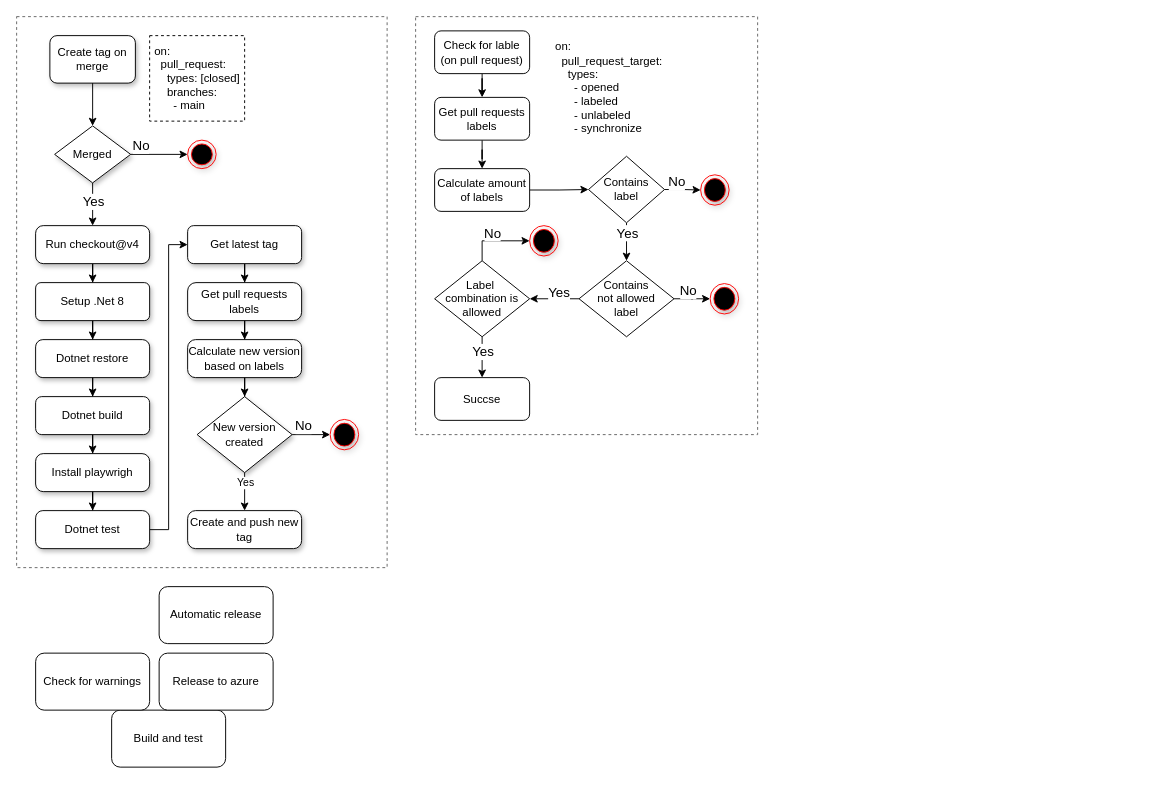
Above: docs/models/Github workflows.drawio in ITU-BDSA2024-GROUP10/Chirp (draw.io), before the change. Source tidied: cells renumbered, new cells numbered last; positions are measured from the earlier drawing's top-left corner, leaving out a move shared by most shapes. Both pictures are drawn from the tidied source at 95%, with x=0, y=0 at pixel (16, 16).
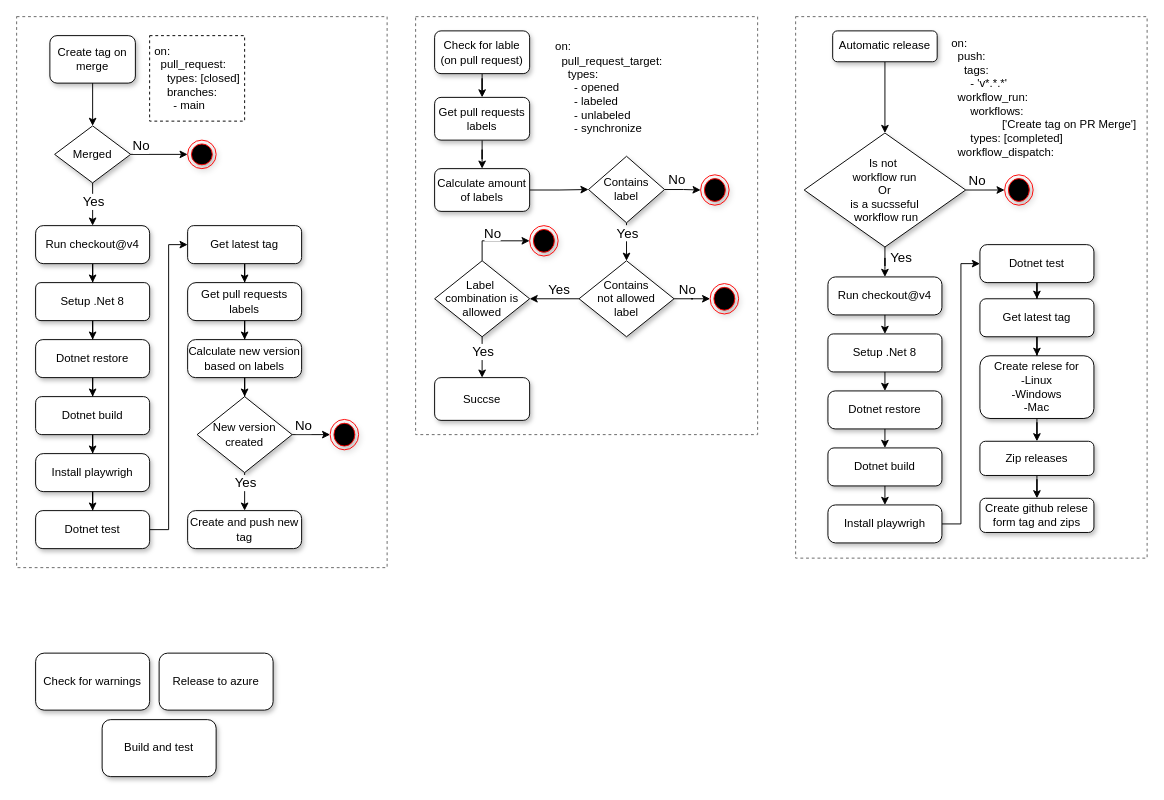
The same diagram, later.

Commit message:
Created diagram for "autmoatic release"

The change refers to these unchanged cells:
```xml
<mxCell id="38" style="edgeStyle=orthogonalEdgeStyle;rounded=0;jettySize=auto;html=1;" parent="1" edge="1" source="40" target="41">
  <mxGeometry relative="1" as="geometry" />
</mxCell>
<mxCell id="47" style="edgeStyle=orthogonalEdgeStyle;rounded=0;jettySize=auto;html=1;entryX=0;entryY=0.5;entryDx=0;entryDy=0;" parent="1" edge="1" source="51" target="66">
  <mxGeometry relative="1" as="geometry" />
</mxCell>
<mxCell id="52" style="edgeStyle=orthogonalEdgeStyle;rounded=0;jettySize=auto;html=1;entryX=0;entryY=0.5;entryDx=0;entryDy=0;" parent="1" edge="1" source="56" target="65">
  <mxGeometry relative="1" as="geometry" />
</mxCell>
<mxCell id="54" style="edgeStyle=orthogonalEdgeStyle;rounded=0;jettySize=auto;html=1;" parent="1" edge="1" source="56" target="61">
  <mxGeometry relative="1" as="geometry" />
</mxCell>
```

Diff of the diagram source:
```diff
@@
+    <mxCell id="68" style="rounded=0;whiteSpace=wrap;html=1;fillColor=none;dashed=1;strokeWidth=1;fontColor=#333333;strokeColor=#666666;" parent="1" vertex="1">
+      <mxGeometry x="820" width="370" height="570" as="geometry" />
+    </mxCell>
+    <mxCell id="67" style="rounded=0;whiteSpace=wrap;html=1;fillColor=none;dashed=1;strokeWidth=1;fontColor=#333333;strokeColor=#666666;" parent="1" vertex="1">
+      <mxGeometry x="420" width="360" height="440" as="geometry" />
+    </mxCell>
@@
+    <mxCell id="69" style="edgeStyle=orthogonalEdgeStyle;rounded=0;jettySize=auto;html=1;" parent="1" edge="1" source="5" target="75">
+      <mxGeometry relative="1" as="geometry" />
+    </mxCell>
-    <mxCell id="5" value="Automatic release" style="rounded=1;whiteSpace=wrap;html=1;" parent="1" vertex="1">
-      <mxGeometry x="150" y="600" width="120" height="60" as="geometry" />
+    <mxCell id="5" value="Automatic release" style="rounded=1;whiteSpace=wrap;html=1;shadow=1;" parent="1" vertex="1">
+      <mxGeometry x="859" y="15" width="110" height="32.5" as="geometry" />
     </mxCell>
@@
-    <mxCell id="7" value="Check for lable&lt;br&gt;(on pull request)" style="rounded=1;whiteSpace=wrap;html=1;" parent="1" vertex="1">
+    <mxCell id="7" value="Check for lable&lt;br&gt;(on pull request)" style="rounded=1;whiteSpace=wrap;html=1;shadow=1;" parent="1" vertex="1">
       <mxGeometry x="440" y="15" width="100" height="45" as="geometry" />
     </mxCell>
-    <mxCell id="8" value="B&lt;span style=&quot;background-color: initial;&quot;&gt;uild and test&lt;/span&gt;" style="rounded=1;whiteSpace=wrap;html=1;" parent="1" vertex="1">
-      <mxGeometry x="100" y="730" width="120" height="60" as="geometry" />
+    <mxCell id="8" value="B&lt;span style=&quot;background-color: initial;&quot;&gt;uild and test&lt;/span&gt;" style="rounded=1;whiteSpace=wrap;html=1;shadow=1;" parent="1" vertex="1">
+      <mxGeometry x="90" y="740" width="120" height="60" as="geometry" />
     </mxCell>
-    <mxCell id="9" value="Check for warnings" style="rounded=1;whiteSpace=wrap;html=1;" parent="1" vertex="1">
+    <mxCell id="9" value="Check for warnings" style="rounded=1;whiteSpace=wrap;html=1;shadow=1;" parent="1" vertex="1">
       <mxGeometry x="20" y="670" width="120" height="60" as="geometry" />
     </mxCell>
-    <mxCell id="10" value="Release to azure" style="rounded=1;whiteSpace=wrap;html=1;" parent="1" vertex="1">
+    <mxCell id="10" value="Release to azure" style="rounded=1;whiteSpace=wrap;html=1;shadow=1;" parent="1" vertex="1">
       <mxGeometry x="150" y="670" width="120" height="60" as="geometry" />
     </mxCell>
@@
-    <mxCell id="39" value="Yes" style="edgeLabel;html=1;align=center;verticalAlign=middle;" parent="38" vertex="1">
+    <mxCell id="39" value="&lt;font style=&quot;font-size: 14px;&quot;&gt;Yes&lt;/font&gt;" style="edgeLabel;html=1;align=center;verticalAlign=middle;" parent="38" vertex="1">
       <mxGeometry x="-0.51" y="3" relative="1" as="geometry">
         <mxPoint x="-3" as="offset" />
       </mxGeometry>
     </mxCell>
@@
-    <mxCell id="44" value="Get pull requests labels" style="rounded=1;whiteSpace=wrap;html=1;" parent="1" vertex="1">
+    <mxCell id="44" value="Get pull requests labels" style="rounded=1;whiteSpace=wrap;html=1;shadow=1;" parent="1" vertex="1">
       <mxGeometry x="440" y="85" width="100" height="45" as="geometry" />
     </mxCell>
@@
-    <mxCell id="46" value="Calculate amount of labels" style="rounded=1;whiteSpace=wrap;html=1;" parent="1" vertex="1">
+    <mxCell id="46" value="Calculate amount of labels" style="rounded=1;whiteSpace=wrap;html=1;shadow=1;" parent="1" vertex="1">
       <mxGeometry x="440" y="160" width="100" height="45" as="geometry" />
     </mxCell>
@@
     <mxCell id="48" value="&lt;font style=&quot;font-size: 14px;&quot;&gt;No&lt;/font&gt;" style="edgeLabel;html=1;align=center;verticalAlign=middle;" parent="47" vertex="1">
       <mxGeometry x="-0.51" y="2" relative="1" as="geometry">
-        <mxPoint x="3" y="-7" as="offset" />
+        <mxPoint x="3" y="-9" as="offset" />
       </mxGeometry>
     </mxCell>
@@
-    <mxCell id="51" value="Contains &lt;br&gt;label" style="rhombus;whiteSpace=wrap;html=1;" parent="1" vertex="1">
+    <mxCell id="51" value="Contains &lt;br&gt;label" style="rhombus;whiteSpace=wrap;html=1;shadow=1;" parent="1" vertex="1">
       <mxGeometry x="602" y="147" width="80" height="70" as="geometry" />
     </mxCell>
@@
     <mxCell id="53" value="&lt;font style=&quot;font-size: 14px;&quot;&gt;No&lt;/font&gt;" style="edgeLabel;html=1;align=center;verticalAlign=middle;" parent="52" vertex="1">
       <mxGeometry x="-0.18" y="3" relative="1" as="geometry">
-        <mxPoint x="-3" y="-6" as="offset" />
+        <mxPoint x="-4" y="-8" as="offset" />
       </mxGeometry>
     </mxCell>
@@
     <mxCell id="55" value="&lt;font style=&quot;font-size: 14px;&quot;&gt;Yes&lt;/font&gt;" style="edgeLabel;html=1;align=center;verticalAlign=middle;" parent="54" vertex="1">
       <mxGeometry x="-0.42" y="-3" relative="1" as="geometry">
-        <mxPoint x="-7" y="-4" as="offset" />
+        <mxPoint x="-7" y="-8" as="offset" />
       </mxGeometry>
     </mxCell>
-    <mxCell id="56" value="Contains &lt;br&gt;not allowed&lt;br&gt;&lt;div&gt;label&lt;/div&gt;" style="rhombus;whiteSpace=wrap;html=1;" parent="1" vertex="1">
+    <mxCell id="56" value="Contains &lt;br&gt;not allowed&lt;br&gt;&lt;div&gt;label&lt;/div&gt;" style="rhombus;whiteSpace=wrap;html=1;shadow=1;" parent="1" vertex="1">
       <mxGeometry x="592" y="257" width="100" height="80" as="geometry" />
     </mxCell>
@@
-    <mxCell id="61" value="Label&amp;nbsp;&lt;div&gt;combination is allowed&lt;/div&gt;" style="rhombus;whiteSpace=wrap;html=1;" parent="1" vertex="1">
+    <mxCell id="61" value="Label&amp;nbsp;&lt;div&gt;combination is allowed&lt;/div&gt;" style="rhombus;whiteSpace=wrap;html=1;shadow=1;" parent="1" vertex="1">
       <mxGeometry x="440" y="257" width="100" height="80" as="geometry" />
     </mxCell>
@@
-    <mxCell id="63" value="Succse" style="rounded=1;whiteSpace=wrap;html=1;" parent="1" vertex="1">
+    <mxCell id="63" value="Succse" style="rounded=1;whiteSpace=wrap;html=1;shadow=1;" parent="1" vertex="1">
       <mxGeometry x="440" y="380" width="100" height="45" as="geometry" />
     </mxCell>
@@
-    <mxCell id="67" style="rounded=0;whiteSpace=wrap;html=1;fillColor=none;dashed=1;strokeWidth=1;fontColor=#333333;strokeColor=#666666;" parent="1" vertex="1">
-      <mxGeometry x="420" width="360" height="440" as="geometry" />
-    </mxCell>
+    <mxCell id="70" value="&lt;div&gt;&amp;nbsp;on:&lt;/div&gt;&lt;div&gt;&amp;nbsp; &amp;nbsp;push:&lt;/div&gt;&lt;div&gt;&amp;nbsp; &amp;nbsp; &amp;nbsp;tags:&lt;/div&gt;&lt;div&gt;&amp;nbsp; &amp;nbsp; &amp;nbsp; &amp;nbsp;- 'v*.*.*'&lt;/div&gt;&lt;div&gt;&amp;nbsp; &amp;nbsp;workflow_run:&lt;/div&gt;&lt;div&gt;&amp;nbsp; &amp;nbsp; &amp;nbsp; &amp;nbsp;workflows:&lt;/div&gt;&lt;div&gt;&lt;span style=&quot;white-space: pre;&quot;&gt;&#9;&lt;/span&gt;&lt;span style=&quot;white-space: pre;&quot;&gt;&#9;&lt;/span&gt;&amp;nbsp;['Create tag on PR Merge']&lt;/div&gt;&lt;div&gt;&amp;nbsp; &amp;nbsp; &amp;nbsp; &amp;nbsp;types: [completed]&lt;/div&gt;&lt;div&gt;&amp;nbsp; &amp;nbsp;workflow_dispatch:&lt;/div&gt;" style="text;html=1;align=left;verticalAlign=middle;whiteSpace=wrap;rounded=0;" parent="1" vertex="1">
+      <mxGeometry x="979" y="15" width="201" height="140" as="geometry" />
+    </mxCell>
+    <mxCell id="71" style="edgeStyle=orthogonalEdgeStyle;rounded=0;jettySize=auto;html=1;" parent="1" edge="1" source="75" target="76">
+      <mxGeometry relative="1" as="geometry" />
+    </mxCell>
+    <mxCell id="72" value="&lt;font style=&quot;font-size: 14px;&quot;&gt;No&lt;/font&gt;" style="edgeLabel;html=1;align=center;verticalAlign=middle;" parent="71" vertex="1">
+      <mxGeometry x="-0.47" y="2" relative="1" as="geometry">
+        <mxPoint y="-8" as="offset" />
+      </mxGeometry>
+    </mxCell>
+    <mxCell id="73" style="edgeStyle=orthogonalEdgeStyle;rounded=0;jettySize=auto;html=1;entryX=0.5;entryY=0;entryDx=0;entryDy=0;" parent="1" edge="1" source="75" target="77">
+      <mxGeometry relative="1" as="geometry" />
+    </mxCell>
+    <mxCell id="74" value="&lt;font style=&quot;font-size: 14px;&quot;&gt;Yes&lt;/font&gt;" style="edgeLabel;html=1;align=center;verticalAlign=middle;" parent="73" vertex="1">
+      <mxGeometry x="-0.41" y="-1" relative="1" as="geometry">
+        <mxPoint x="17" y="-3" as="offset" />
+      </mxGeometry>
+    </mxCell>
+    <mxCell id="75" value="Is not&amp;nbsp;&lt;div&gt;workflow run&lt;div&gt;Or&lt;/div&gt;&lt;div&gt;is a sucsseful&lt;/div&gt;&lt;div&gt;&amp;nbsp;workflow run&lt;/div&gt;&lt;/div&gt;" style="rhombus;whiteSpace=wrap;html=1;shadow=1;" parent="1" vertex="1">
+      <mxGeometry x="829" y="122.5" width="170" height="120" as="geometry" />
+    </mxCell>
+    <mxCell id="76" style="ellipse;html=1;shape=endState;fillColor=#000000;strokeColor=#ff0000;shadow=1;" parent="1" vertex="1">
+      <mxGeometry x="1040" y="166.5" width="30" height="32" as="geometry" />
+    </mxCell>
+    <mxCell id="77" value="Run checkout@v4" style="rounded=1;whiteSpace=wrap;html=1;arcSize=20;shadow=1;" parent="1" vertex="1">
+      <mxGeometry x="854" y="274" width="120" height="40" as="geometry" />
+    </mxCell>
+    <mxCell id="78" value="Setup .Net 8" style="rounded=1;whiteSpace=wrap;html=1;arcSize=14;shadow=1;" parent="1" vertex="1">
+      <mxGeometry x="854" y="334" width="120" height="40" as="geometry" />
+    </mxCell>
+    <mxCell id="79" value="Dotnet restore" style="rounded=1;whiteSpace=wrap;html=1;arcSize=19;shadow=1;" parent="1" vertex="1">
+      <mxGeometry x="854" y="394" width="120" height="40" as="geometry" />
+    </mxCell>
+    <mxCell id="80" value="Dotnet build" style="rounded=1;whiteSpace=wrap;html=1;arcSize=16;shadow=1;" parent="1" vertex="1">
+      <mxGeometry x="854" y="454" width="120" height="40" as="geometry" />
+    </mxCell>
+    <mxCell id="81" style="edgeStyle=orthogonalEdgeStyle;rounded=0;jettySize=auto;html=1;entryX=0;entryY=0.5;entryDx=0;entryDy=0;" parent="1" edge="1" source="82" target="84">
+      <mxGeometry relative="1" as="geometry" />
+    </mxCell>
+    <mxCell id="82" value="Install playwrigh" style="rounded=1;whiteSpace=wrap;html=1;arcSize=20;shadow=1;" parent="1" vertex="1">
+      <mxGeometry x="854" y="514" width="120" height="40" as="geometry" />
+    </mxCell>
+    <mxCell id="83" style="edgeStyle=orthogonalEdgeStyle;rounded=0;jettySize=auto;html=1;entryX=0.5;entryY=0;entryDx=0;entryDy=0;" parent="1" edge="1" source="84" target="86">
+      <mxGeometry relative="1" as="geometry" />
+    </mxCell>
+    <mxCell id="84" value="Dotnet test" style="rounded=1;whiteSpace=wrap;html=1;arcSize=19;shadow=1;" parent="1" vertex="1">
+      <mxGeometry x="1014" y="240" width="120" height="40" as="geometry" />
+    </mxCell>
+    <mxCell id="85" style="edgeStyle=orthogonalEdgeStyle;rounded=0;jettySize=auto;html=1;" parent="1" edge="1" source="86" target="92">
+      <mxGeometry relative="1" as="geometry" />
+    </mxCell>
+    <mxCell id="86" value="Get latest tag" style="rounded=1;whiteSpace=wrap;html=1;arcSize=16;shadow=1;" parent="1" vertex="1">
+      <mxGeometry x="1014" y="297" width="120" height="40" as="geometry" />
+    </mxCell>
+    <mxCell id="87" style="endArrow=classic;html=1;rounded=0;exitX=0.5;exitY=1;exitDx=0;exitDy=0;" parent="1" edge="1" source="77" target="78">
+      <mxGeometry relative="1" as="geometry" />
+    </mxCell>
+    <mxCell id="88" style="endArrow=classic;html=1;rounded=0;exitX=0.5;exitY=1;exitDx=0;exitDy=0;" parent="1" edge="1" source="78" target="79">
+      <mxGeometry relative="1" as="geometry" />
+    </mxCell>
+    <mxCell id="89" style="endArrow=classic;html=1;rounded=0;exitX=0.5;exitY=1;exitDx=0;exitDy=0;entryX=0.5;entryY=0;entryDx=0;entryDy=0;" parent="1" edge="1" source="79" target="80">
+      <mxGeometry relative="1" as="geometry" />
+    </mxCell>
+    <mxCell id="90" style="endArrow=classic;html=1;rounded=0;exitX=0.5;exitY=1;exitDx=0;exitDy=0;entryX=0.5;entryY=0;entryDx=0;entryDy=0;" parent="1" edge="1" source="80" target="82">
+      <mxGeometry relative="1" as="geometry" />
+    </mxCell>
+    <mxCell id="91" style="edgeStyle=orthogonalEdgeStyle;rounded=0;jettySize=auto;html=1;" parent="1" edge="1" source="92" target="94">
+      <mxGeometry relative="1" as="geometry" />
+    </mxCell>
+    <mxCell id="92" value="Create relese for&lt;div&gt;-Linux&lt;/div&gt;&lt;div&gt;-Windows&lt;/div&gt;&lt;div&gt;-Mac&lt;/div&gt;" style="rounded=1;whiteSpace=wrap;html=1;arcSize=16;shadow=1;" parent="1" vertex="1">
+      <mxGeometry x="1014" y="357" width="120" height="66" as="geometry" />
+    </mxCell>
+    <mxCell id="93" style="edgeStyle=orthogonalEdgeStyle;rounded=0;jettySize=auto;html=1;" parent="1" edge="1" source="94" target="95">
+      <mxGeometry relative="1" as="geometry" />
+    </mxCell>
+    <mxCell id="94" value="Zip releases" style="rounded=1;whiteSpace=wrap;html=1;arcSize=16;shadow=1;" parent="1" vertex="1">
+      <mxGeometry x="1014" y="447" width="120" height="36" as="geometry" />
+    </mxCell>
+    <mxCell id="95" value="Create github relese form tag and zips" style="rounded=1;whiteSpace=wrap;html=1;arcSize=16;shadow=1;" parent="1" vertex="1">
+      <mxGeometry x="1014" y="507" width="120" height="36" as="geometry" />
+    </mxCell>
```
